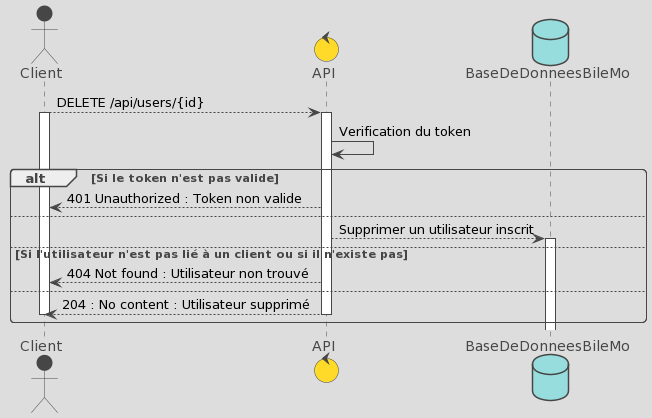
This is diagrammes/sequence/diagramme_sequence_delete_user.png from Zveltana/bileMo, a PlantUML export, as it was before one commit.
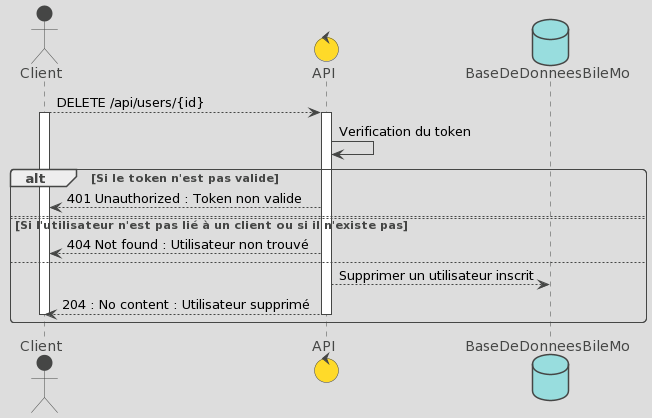
The same diagram one commit later.

The edit, as a diff of the source:
```diff
@@ -14,12 +14,11 @@
   API --> Client : 401 Unauthorized : Token non valide
 else
 
-API --> BaseDeDonneesBileMo : Supprimer un utilisateur inscrit
-Activate BaseDeDonneesBileMo
-
 else Si l'utilisateur n'est pas lié à un client ou si il n'existe pas
   API --> Client : 404 Not found : Utilisateur non trouvé
 else
+
+API --> BaseDeDonneesBileMo : Supprimer un utilisateur inscrit
 
 API --> Client : 204 : No content : Utilisateur supprimé
 
```
